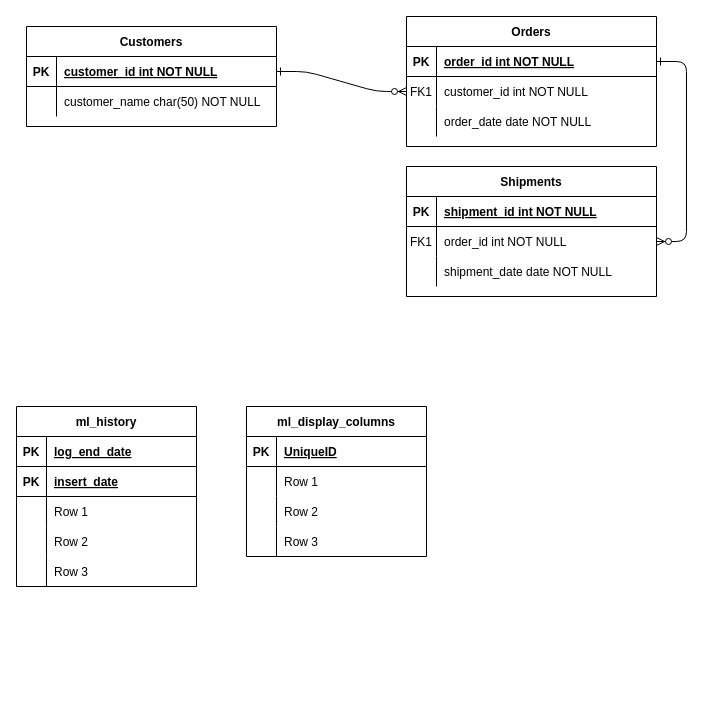
DongYong/WaveKorea.Net keeps this draw.io diagram as Untitled Diagram.drawio. Above is the earlier version. Source tidied: cells renumbered, new cells numbered last; positions are measured from the earlier drawing's top-left corner, leaving out a move shared by most shapes. Both pictures are drawn from the tidied source at 100%, with x=0, y=0 at pixel (16, 16).
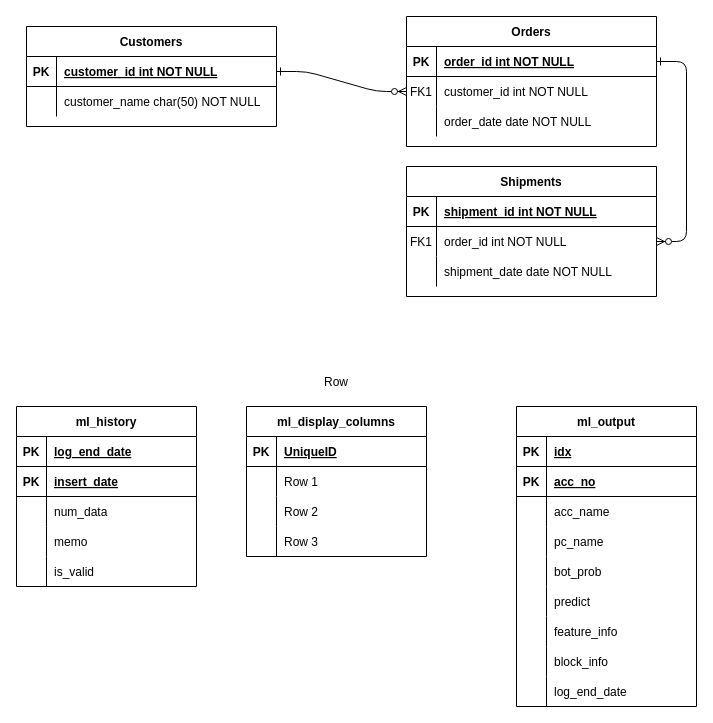
After the change.

Unchanged cells that the change refers to:
```xml
<mxCell id="38" style="shape=tableRow;horizontal=0;startSize=0;swimlaneHead=0;swimlaneBody=0;fillColor=none;top=0;left=0;right=0;bottom=0;" parent="31" vertex="1">
  <mxGeometry y="90" width="180" height="30" as="geometry" />
</mxCell>
<mxCell id="41" style="shape=tableRow;horizontal=0;startSize=0;swimlaneHead=0;swimlaneBody=0;fillColor=none;top=0;left=0;right=0;bottom=0;" parent="31" vertex="1">
  <mxGeometry y="120" width="180" height="30" as="geometry" />
</mxCell>
<mxCell id="44" style="shape=tableRow;horizontal=0;startSize=0;swimlaneHead=0;swimlaneBody=0;fillColor=none;top=0;left=0;right=0;bottom=0;" parent="31" vertex="1">
  <mxGeometry y="150" width="180" height="30" as="geometry" />
</mxCell>
```

The edit, as a diff of the source:
```diff
@@
-    <mxCell id="40" value="Row 1" style="shape=partialRectangle;fillColor=none;top=0;left=0;bottom=0;right=0;align=left;spacingLeft=6;overflow=hidden;" parent="38" vertex="1">
+    <mxCell id="40" value="num_data" style="shape=partialRectangle;fillColor=none;top=0;left=0;bottom=0;right=0;align=left;spacingLeft=6;overflow=hidden;" parent="38" vertex="1">
       <mxGeometry x="30" width="150" height="30" as="geometry" />
     </mxCell>
@@
-    <mxCell id="43" value="Row 2" style="shape=partialRectangle;fillColor=none;top=0;left=0;bottom=0;right=0;align=left;spacingLeft=6;overflow=hidden;" parent="41" vertex="1">
+    <mxCell id="43" value="memo" style="shape=partialRectangle;fillColor=none;top=0;left=0;bottom=0;right=0;align=left;spacingLeft=6;overflow=hidden;" parent="41" vertex="1">
       <mxGeometry x="30" width="150" height="30" as="geometry" />
     </mxCell>
@@
-    <mxCell id="46" value="Row 3" style="shape=partialRectangle;fillColor=none;top=0;left=0;bottom=0;right=0;align=left;spacingLeft=6;overflow=hidden;" parent="44" vertex="1">
+    <mxCell id="46" value="is_valid" style="shape=partialRectangle;fillColor=none;top=0;left=0;bottom=0;right=0;align=left;spacingLeft=6;overflow=hidden;" parent="44" vertex="1">
       <mxGeometry x="30" width="150" height="30" as="geometry" />
     </mxCell>
@@
+    <mxCell id="60" value="ml_output" style="shape=table;startSize=30;childLayout=tableLayout;rowLines=0;fontStyle=1;align=center;" parent="1" vertex="1">
+      <mxGeometry x="500" y="390" width="180" height="300" as="geometry" />
+    </mxCell>
+    <mxCell id="61" style="shape=tableRow;horizontal=0;startSize=0;swimlaneHead=0;swimlaneBody=0;fillColor=none;top=0;left=0;right=0;bottom=1;" parent="60" vertex="1">
+      <mxGeometry y="30" width="180" height="30" as="geometry" />
+    </mxCell>
+    <mxCell id="62" value="PK" style="shape=partialRectangle;fillColor=none;top=0;left=0;bottom=0;right=0;fontStyle=1;overflow=hidden;" parent="61" vertex="1">
+      <mxGeometry width="30" height="30" as="geometry" />
+    </mxCell>
+    <mxCell id="63" value="idx" style="shape=partialRectangle;fillColor=none;top=0;left=0;bottom=0;right=0;align=left;spacingLeft=6;fontStyle=5;overflow=hidden;" parent="61" vertex="1">
+      <mxGeometry x="30" width="150" height="30" as="geometry" />
+    </mxCell>
+    <mxCell id="64" style="shape=tableRow;horizontal=0;startSize=0;swimlaneHead=0;swimlaneBody=0;fillColor=none;top=0;left=0;right=0;bottom=1;" parent="60" vertex="1">
+      <mxGeometry y="60" width="180" height="30" as="geometry" />
+    </mxCell>
+    <mxCell id="65" value="PK" style="shape=partialRectangle;fillColor=none;top=0;left=0;bottom=0;right=0;fontStyle=1;overflow=hidden;" parent="64" vertex="1">
+      <mxGeometry width="30" height="30" as="geometry" />
+    </mxCell>
+    <mxCell id="66" value="acc_no" style="shape=partialRectangle;fillColor=none;top=0;left=0;bottom=0;right=0;align=left;spacingLeft=6;fontStyle=5;overflow=hidden;" parent="64" vertex="1">
+      <mxGeometry x="30" width="150" height="30" as="geometry" />
+    </mxCell>
+    <mxCell id="67" style="shape=tableRow;horizontal=0;startSize=0;swimlaneHead=0;swimlaneBody=0;fillColor=none;top=0;left=0;right=0;bottom=0;" parent="60" vertex="1">
+      <mxGeometry y="90" width="180" height="30" as="geometry" />
+    </mxCell>
+    <mxCell id="68" style="shape=partialRectangle;fillColor=none;top=0;left=0;bottom=0;right=0;overflow=hidden;" parent="67" vertex="1">
+      <mxGeometry width="30" height="30" as="geometry" />
+    </mxCell>
+    <mxCell id="69" value="acc_name" style="shape=partialRectangle;fillColor=none;top=0;left=0;bottom=0;right=0;align=left;spacingLeft=6;overflow=hidden;" parent="67" vertex="1">
+      <mxGeometry x="30" width="150" height="30" as="geometry" />
+    </mxCell>
+    <mxCell id="70" style="shape=tableRow;horizontal=0;startSize=0;swimlaneHead=0;swimlaneBody=0;fillColor=none;top=0;left=0;right=0;bottom=0;" parent="60" vertex="1">
+      <mxGeometry y="120" width="180" height="30" as="geometry" />
+    </mxCell>
+    <mxCell id="71" style="shape=partialRectangle;fillColor=none;top=0;left=0;bottom=0;right=0;overflow=hidden;" parent="70" vertex="1">
+      <mxGeometry width="30" height="30" as="geometry" />
+    </mxCell>
+    <mxCell id="72" value="pc_name" style="shape=partialRectangle;fillColor=none;top=0;left=0;bottom=0;right=0;align=left;spacingLeft=6;overflow=hidden;" parent="70" vertex="1">
+      <mxGeometry x="30" width="150" height="30" as="geometry" />
+    </mxCell>
+    <mxCell id="73" style="shape=tableRow;horizontal=0;startSize=0;swimlaneHead=0;swimlaneBody=0;fillColor=none;top=0;left=0;right=0;bottom=0;" parent="60" vertex="1">
+      <mxGeometry y="150" width="180" height="30" as="geometry" />
+    </mxCell>
+    <mxCell id="74" value="    " style="shape=partialRectangle;fillColor=none;top=0;left=0;bottom=0;right=0;overflow=hidden;" parent="73" vertex="1">
+      <mxGeometry width="30" height="30" as="geometry" />
+    </mxCell>
+    <mxCell id="75" value="bot_prob" style="shape=partialRectangle;fillColor=none;top=0;left=0;bottom=0;right=0;align=left;spacingLeft=6;overflow=hidden;" parent="73" vertex="1">
+      <mxGeometry x="30" width="150" height="30" as="geometry" />
+    </mxCell>
+    <mxCell id="76" style="shape=tableRow;horizontal=0;startSize=0;swimlaneHead=0;swimlaneBody=0;fillColor=none;top=0;left=0;right=0;bottom=0;" parent="60" vertex="1">
+      <mxGeometry y="180" width="180" height="30" as="geometry" />
+    </mxCell>
+    <mxCell id="77" style="shape=partialRectangle;fillColor=none;top=0;left=0;bottom=0;right=0;overflow=hidden;" parent="76" vertex="1">
+      <mxGeometry width="30" height="30" as="geometry" />
+    </mxCell>
+    <mxCell id="78" value="predict" style="shape=partialRectangle;fillColor=none;top=0;left=0;bottom=0;right=0;align=left;spacingLeft=6;overflow=hidden;" parent="76" vertex="1">
+      <mxGeometry x="30" width="150" height="30" as="geometry" />
+    </mxCell>
+    <mxCell id="79" style="shape=tableRow;horizontal=0;startSize=0;swimlaneHead=0;swimlaneBody=0;fillColor=none;top=0;left=0;right=0;bottom=0;" parent="60" vertex="1">
+      <mxGeometry y="210" width="180" height="30" as="geometry" />
+    </mxCell>
+    <mxCell id="80" style="shape=partialRectangle;fillColor=none;top=0;left=0;bottom=0;right=0;overflow=hidden;" parent="79" vertex="1">
+      <mxGeometry width="30" height="30" as="geometry" />
+    </mxCell>
+    <mxCell id="81" value="feature_info" style="shape=partialRectangle;fillColor=none;top=0;left=0;bottom=0;right=0;align=left;spacingLeft=6;overflow=hidden;" parent="79" vertex="1">
+      <mxGeometry x="30" width="150" height="30" as="geometry" />
+    </mxCell>
+    <mxCell id="82" style="shape=tableRow;horizontal=0;startSize=0;swimlaneHead=0;swimlaneBody=0;fillColor=none;top=0;left=0;right=0;bottom=0;" parent="60" vertex="1">
+      <mxGeometry y="240" width="180" height="30" as="geometry" />
+    </mxCell>
+    <mxCell id="83" style="shape=partialRectangle;fillColor=none;top=0;left=0;bottom=0;right=0;overflow=hidden;" parent="82" vertex="1">
+      <mxGeometry width="30" height="30" as="geometry" />
+    </mxCell>
+    <mxCell id="84" value="block_info" style="shape=partialRectangle;fillColor=none;top=0;left=0;bottom=0;right=0;align=left;spacingLeft=6;overflow=hidden;" parent="82" vertex="1">
+      <mxGeometry x="30" width="150" height="30" as="geometry" />
+    </mxCell>
+    <mxCell id="85" style="shape=tableRow;horizontal=0;startSize=0;swimlaneHead=0;swimlaneBody=0;fillColor=none;top=0;left=0;right=0;bottom=0;" parent="60" vertex="1">
+      <mxGeometry y="270" width="180" height="30" as="geometry" />
+    </mxCell>
+    <mxCell id="86" style="shape=partialRectangle;fillColor=none;top=0;left=0;bottom=0;right=0;overflow=hidden;" parent="85" vertex="1">
+      <mxGeometry width="30" height="30" as="geometry" />
+    </mxCell>
+    <mxCell id="87" value="log_end_date" style="shape=partialRectangle;fillColor=none;top=0;left=0;bottom=0;right=0;align=left;spacingLeft=6;overflow=hidden;" parent="85" vertex="1">
+      <mxGeometry x="30" width="150" height="30" as="geometry" />
+    </mxCell>
+    <mxCell id="88" style="shape=table;startSize=0;childLayout=tableLayout;rowLines=0;fontStyle=0;align=center;strokeColor=none;fillColor=none;" parent="1" vertex="1">
+      <mxGeometry x="270" y="350" width="180" height="30" as="geometry" />
+    </mxCell>
+    <mxCell id="89" style="shape=tableRow;horizontal=0;startSize=0;swimlaneHead=0;swimlaneBody=0;fillColor=none;top=0;left=0;right=0;bottom=0;" parent="88" vertex="1">
+      <mxGeometry width="180" height="30" as="geometry" />
+    </mxCell>
+    <mxCell id="90" style="shape=partialRectangle;fillColor=none;top=0;left=0;bottom=0;right=0;overflow=hidden;" parent="89" vertex="1">
+      <mxGeometry width="30" height="30" as="geometry" />
+    </mxCell>
+    <mxCell id="91" value="Row" style="shape=partialRectangle;fillColor=none;top=0;left=0;bottom=0;right=0;align=left;spacingLeft=6;overflow=hidden;" parent="89" vertex="1">
+      <mxGeometry x="30" width="150" height="30" as="geometry" />
+    </mxCell>
```
